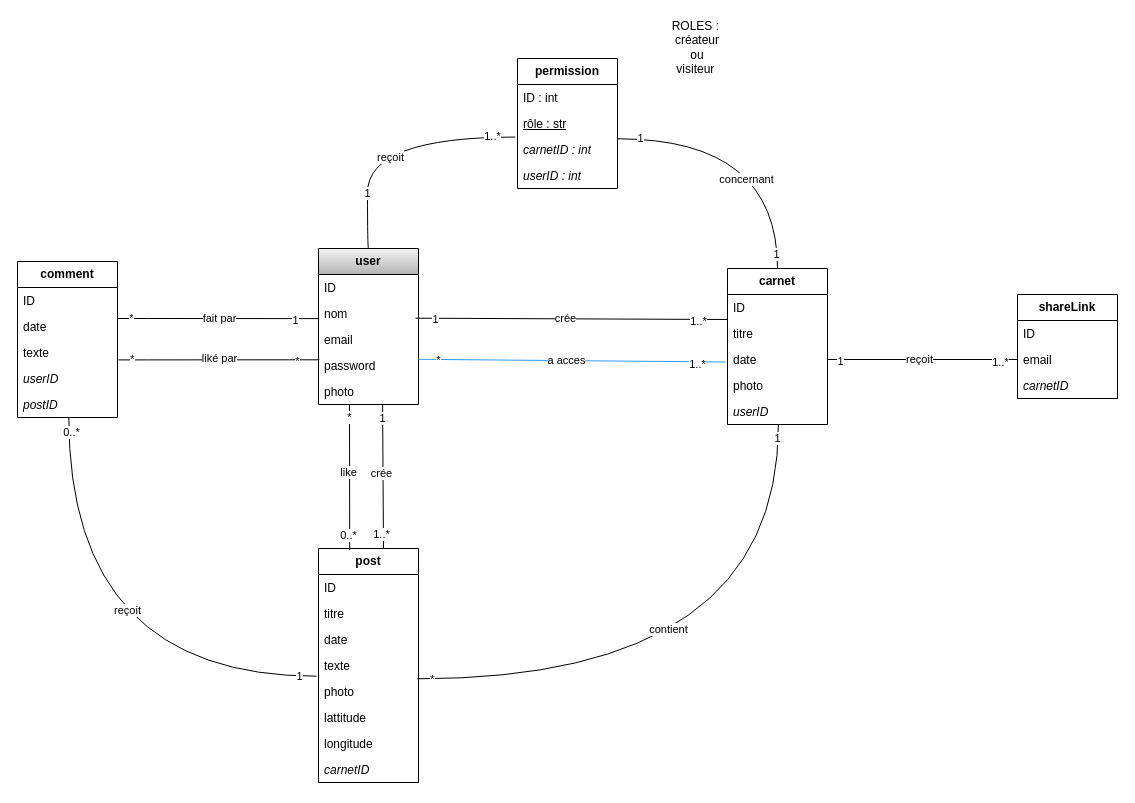
Before: doc-projet-symfony/Diagr_CarnetVoyage2.drawio in Lcdz85/ProjetFinal-Laura, a draw.io diagram. Source tidied: cells renumbered, new cells numbered last; positions are measured from the earlier drawing's top-left corner, leaving out a move shared by most shapes. Both pictures are drawn from the tidied source at 100%, with x=0, y=0 at pixel (17, 17).
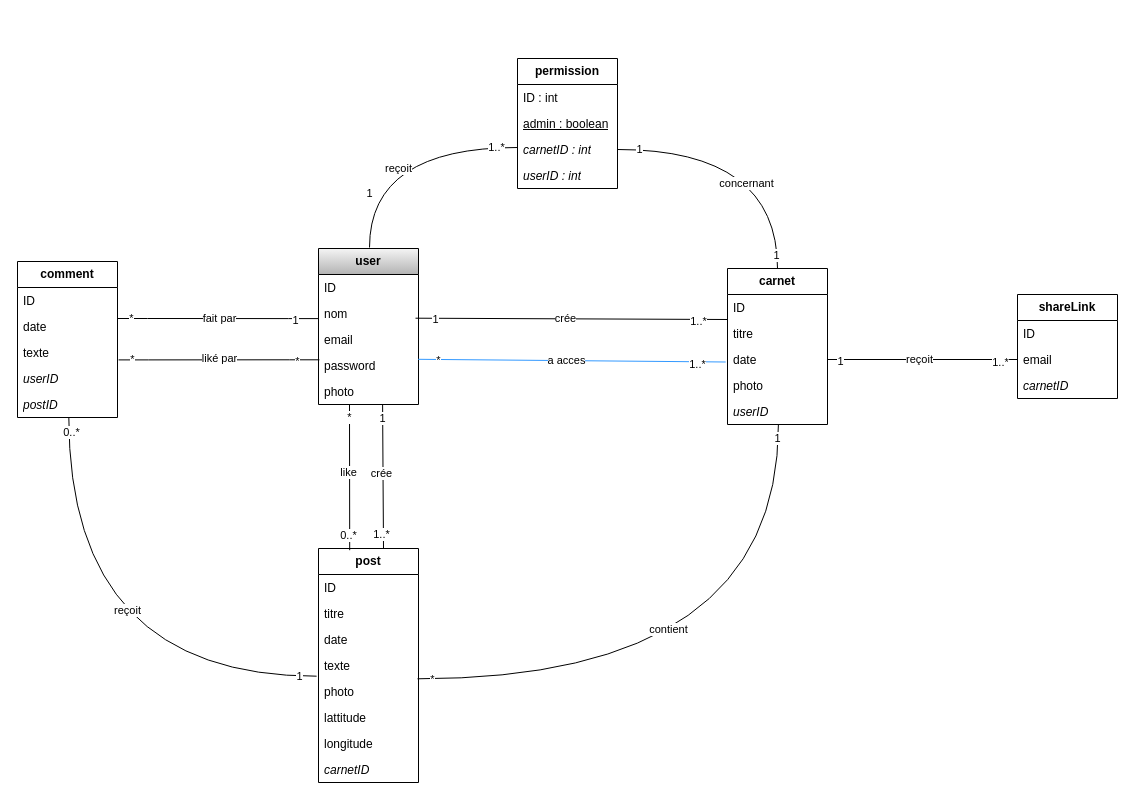
Above is the later version.

Commit message (it also covers changes not shown here):
modif diagramme

The change refers to these unchanged cells:
```xml
<mxCell id="2" value="&lt;b&gt;user&lt;/b&gt;" style="swimlane;fontStyle=0;horizontal=1;startSize=26;whiteSpace=wrap;html=1;fillColor=#f5f5f5;strokeColor=#000000;gradientColor=#b3b3b3;" parent="1" vertex="1">
  <mxGeometry x="301" y="231" width="100" height="156" as="geometry" />
</mxCell>
<mxCell id="8" value="&lt;b&gt;carnet&lt;/b&gt;" style="swimlane;fontStyle=0;horizontal=1;startSize=26;fillColor=none;whiteSpace=wrap;html=1;" parent="1" vertex="1">
  <mxGeometry x="710" y="251" width="100" height="156" as="geometry" />
</mxCell>
<mxCell id="22" value="&lt;b&gt;permission&lt;/b&gt;" style="swimlane;fontStyle=0;horizontal=1;startSize=26;whiteSpace=wrap;html=1;" parent="1" vertex="1">
  <mxGeometry x="500" y="41" width="100" height="130" as="geometry" />
</mxCell>
<mxCell id="25" value="&lt;i&gt;carnetID : int&lt;/i&gt;" style="text;strokeColor=none;fillColor=none;align=left;verticalAlign=top;spacingLeft=4;spacingRight=4;overflow=hidden;points=[[0,0.5],[1,0.5]];portConstraint=eastwest;whiteSpace=wrap;html=1;" parent="22" vertex="1">
  <mxGeometry y="78" width="100" height="26" as="geometry" />
</mxCell>
```

What changed in the source:
```diff
@@
-    <mxCell id="24" value="&lt;u&gt;rôle : str&lt;/u&gt;" style="text;align=left;verticalAlign=top;spacingLeft=4;spacingRight=4;overflow=hidden;whiteSpace=wrap;html=1;" parent="22" vertex="1">
+    <mxCell id="24" value="&lt;u&gt;admin : boolean&lt;/u&gt;" style="text;align=left;verticalAlign=top;spacingLeft=4;spacingRight=4;overflow=hidden;whiteSpace=wrap;html=1;" parent="22" vertex="1">
       <mxGeometry y="52" width="100" height="26" as="geometry" />
     </mxCell>
@@
-    <mxCell id="27" style="endArrow=none;endFill=0;endSize=12;html=1;rounded=0;entryX=-0.022;entryY=0.022;entryDx=0;entryDy=0;exitX=0.5;exitY=0;exitDx=0;exitDy=0;edgeStyle=orthogonalEdgeStyle;elbow=vertical;entryPerimeter=0;curved=1;" parent="1" edge="1" source="2" target="25">
+    <mxCell id="27" style="endArrow=none;endFill=0;endSize=12;html=1;rounded=0;entryX=-0.022;entryY=0.022;entryDx=0;entryDy=0;edgeStyle=orthogonalEdgeStyle;elbow=vertical;entryPerimeter=0;curved=1;" parent="1" edge="1">
       <mxGeometry relative="1" as="geometry">
+        <mxPoint x="352" y="230" as="sourcePoint" />
+        <mxPoint x="500" y="130" as="targetPoint" />
         <Array as="points">
-          <mxPoint x="350" y="120" />
+          <mxPoint x="352" y="130" />
         </Array>
       </mxGeometry>
     </mxCell>
@@
-    <mxCell id="31" style="endArrow=none;endFill=0;endSize=12;html=1;rounded=0;entryX=0.5;entryY=0;entryDx=0;entryDy=0;exitX=1.004;exitY=0.089;exitDx=0;exitDy=0;edgeStyle=orthogonalEdgeStyle;elbow=vertical;exitPerimeter=0;curved=1;" parent="1" edge="1" source="25" target="8">
+    <mxCell id="31" style="endArrow=none;endFill=0;endSize=12;html=1;rounded=0;entryX=0.5;entryY=0;entryDx=0;entryDy=0;exitX=1;exitY=0.5;exitDx=0;exitDy=0;edgeStyle=orthogonalEdgeStyle;elbow=vertical;curved=1;" parent="1" edge="1" source="25" target="8">
       <mxGeometry relative="1" as="geometry" />
     </mxCell>
@@
-    <mxCell id="74" value="ROLES :&amp;nbsp; créateur ou visiteur&amp;nbsp;" style="text;html=1;align=center;verticalAlign=middle;whiteSpace=wrap;rounded=0;" parent="1" vertex="1">
-      <mxGeometry x="650" width="60" height="59" as="geometry" />
-    </mxCell>
```
